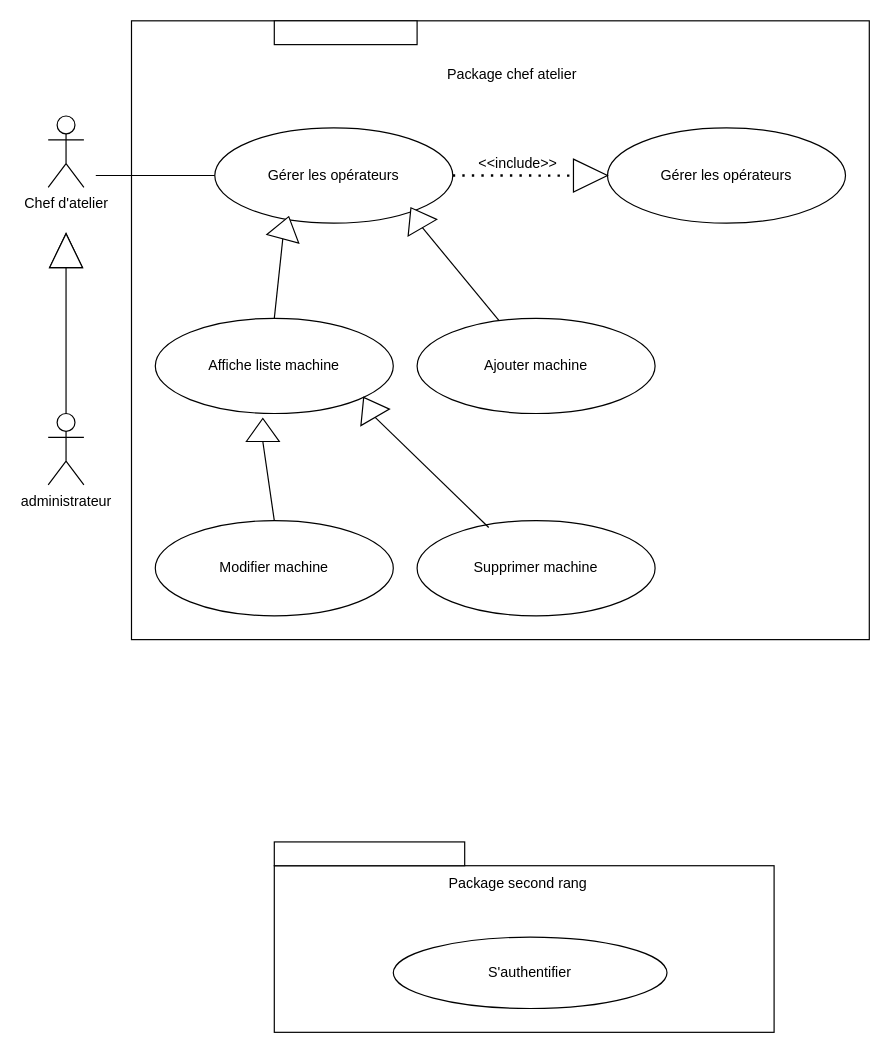
Before: GererMachine.drawio in AbdelazizBs/GPAO-SpringApp, a draw.io diagram. Source tidied: cells renumbered, new cells numbered last; positions are measured from the earlier drawing's top-left corner, leaving out a move shared by most shapes. Both pictures are drawn from the tidied source at 119%, with x=0, y=0 at pixel (48, 20).
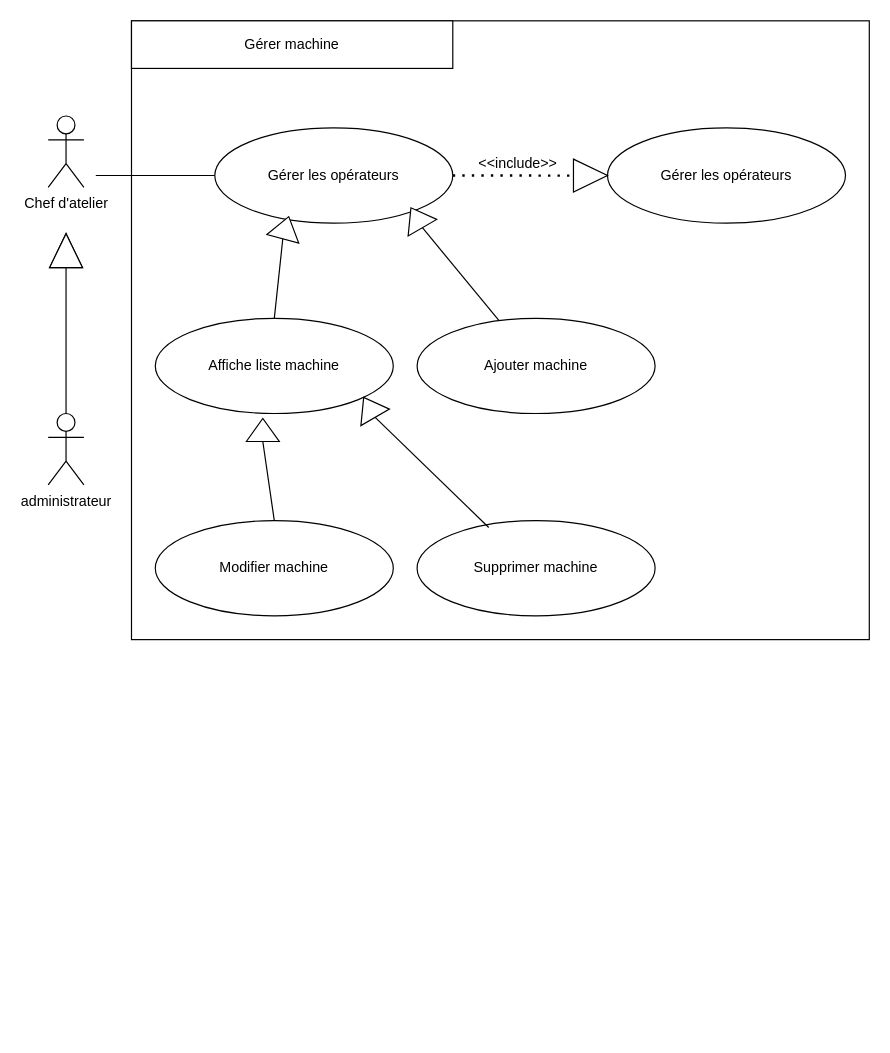
The same page after the edit.

Commit message (it also covers changes not shown here):
Mettre à jour GererMachine.drawio

Diff of the diagram source:
```diff
@@
-    <mxCell id="3" value="Package chef atelier" style="text;html=1;strokeColor=none;fillColor=none;align=center;verticalAlign=middle;whiteSpace=wrap;rounded=0;" parent="1" vertex="1">
-      <mxGeometry x="280" y="30" width="220" height="30" as="geometry" />
-    </mxCell>
-    <mxCell id="4" style="rounded=0;whiteSpace=wrap;html=1;" parent="1" vertex="1">
-      <mxGeometry x="190" width="120" height="20" as="geometry" />
-    </mxCell>
@@
-    <mxCell id="8" value="&lt;span style=&quot;white-space: pre;&quot;&gt;&#9;&lt;/span&gt;" style="rounded=0;whiteSpace=wrap;html=1;" parent="1" vertex="1">
-      <mxGeometry x="190" y="710" width="420" height="140" as="geometry" />
-    </mxCell>
-    <mxCell id="9" style="rounded=0;whiteSpace=wrap;html=1;" parent="1" vertex="1">
-      <mxGeometry x="190" y="690" width="160" height="20" as="geometry" />
-    </mxCell>
-    <mxCell id="10" value="Package second rang" style="text;html=1;strokeColor=none;fillColor=none;align=center;verticalAlign=middle;whiteSpace=wrap;rounded=0;" parent="1" vertex="1">
-      <mxGeometry x="300" y="710" width="190" height="30" as="geometry" />
-    </mxCell>
-    <mxCell id="11" value="S'authentifier" style="ellipse;whiteSpace=wrap;html=1;" parent="1" vertex="1">
-      <mxGeometry x="290" y="770" width="230" height="60" as="geometry" />
-    </mxCell>
@@
+    <mxCell id="32" value="Gérer machine" style="rounded=0;whiteSpace=wrap;html=1;" parent="1" vertex="1">
+      <mxGeometry x="70" width="270" height="40" as="geometry" />
+    </mxCell>
```
